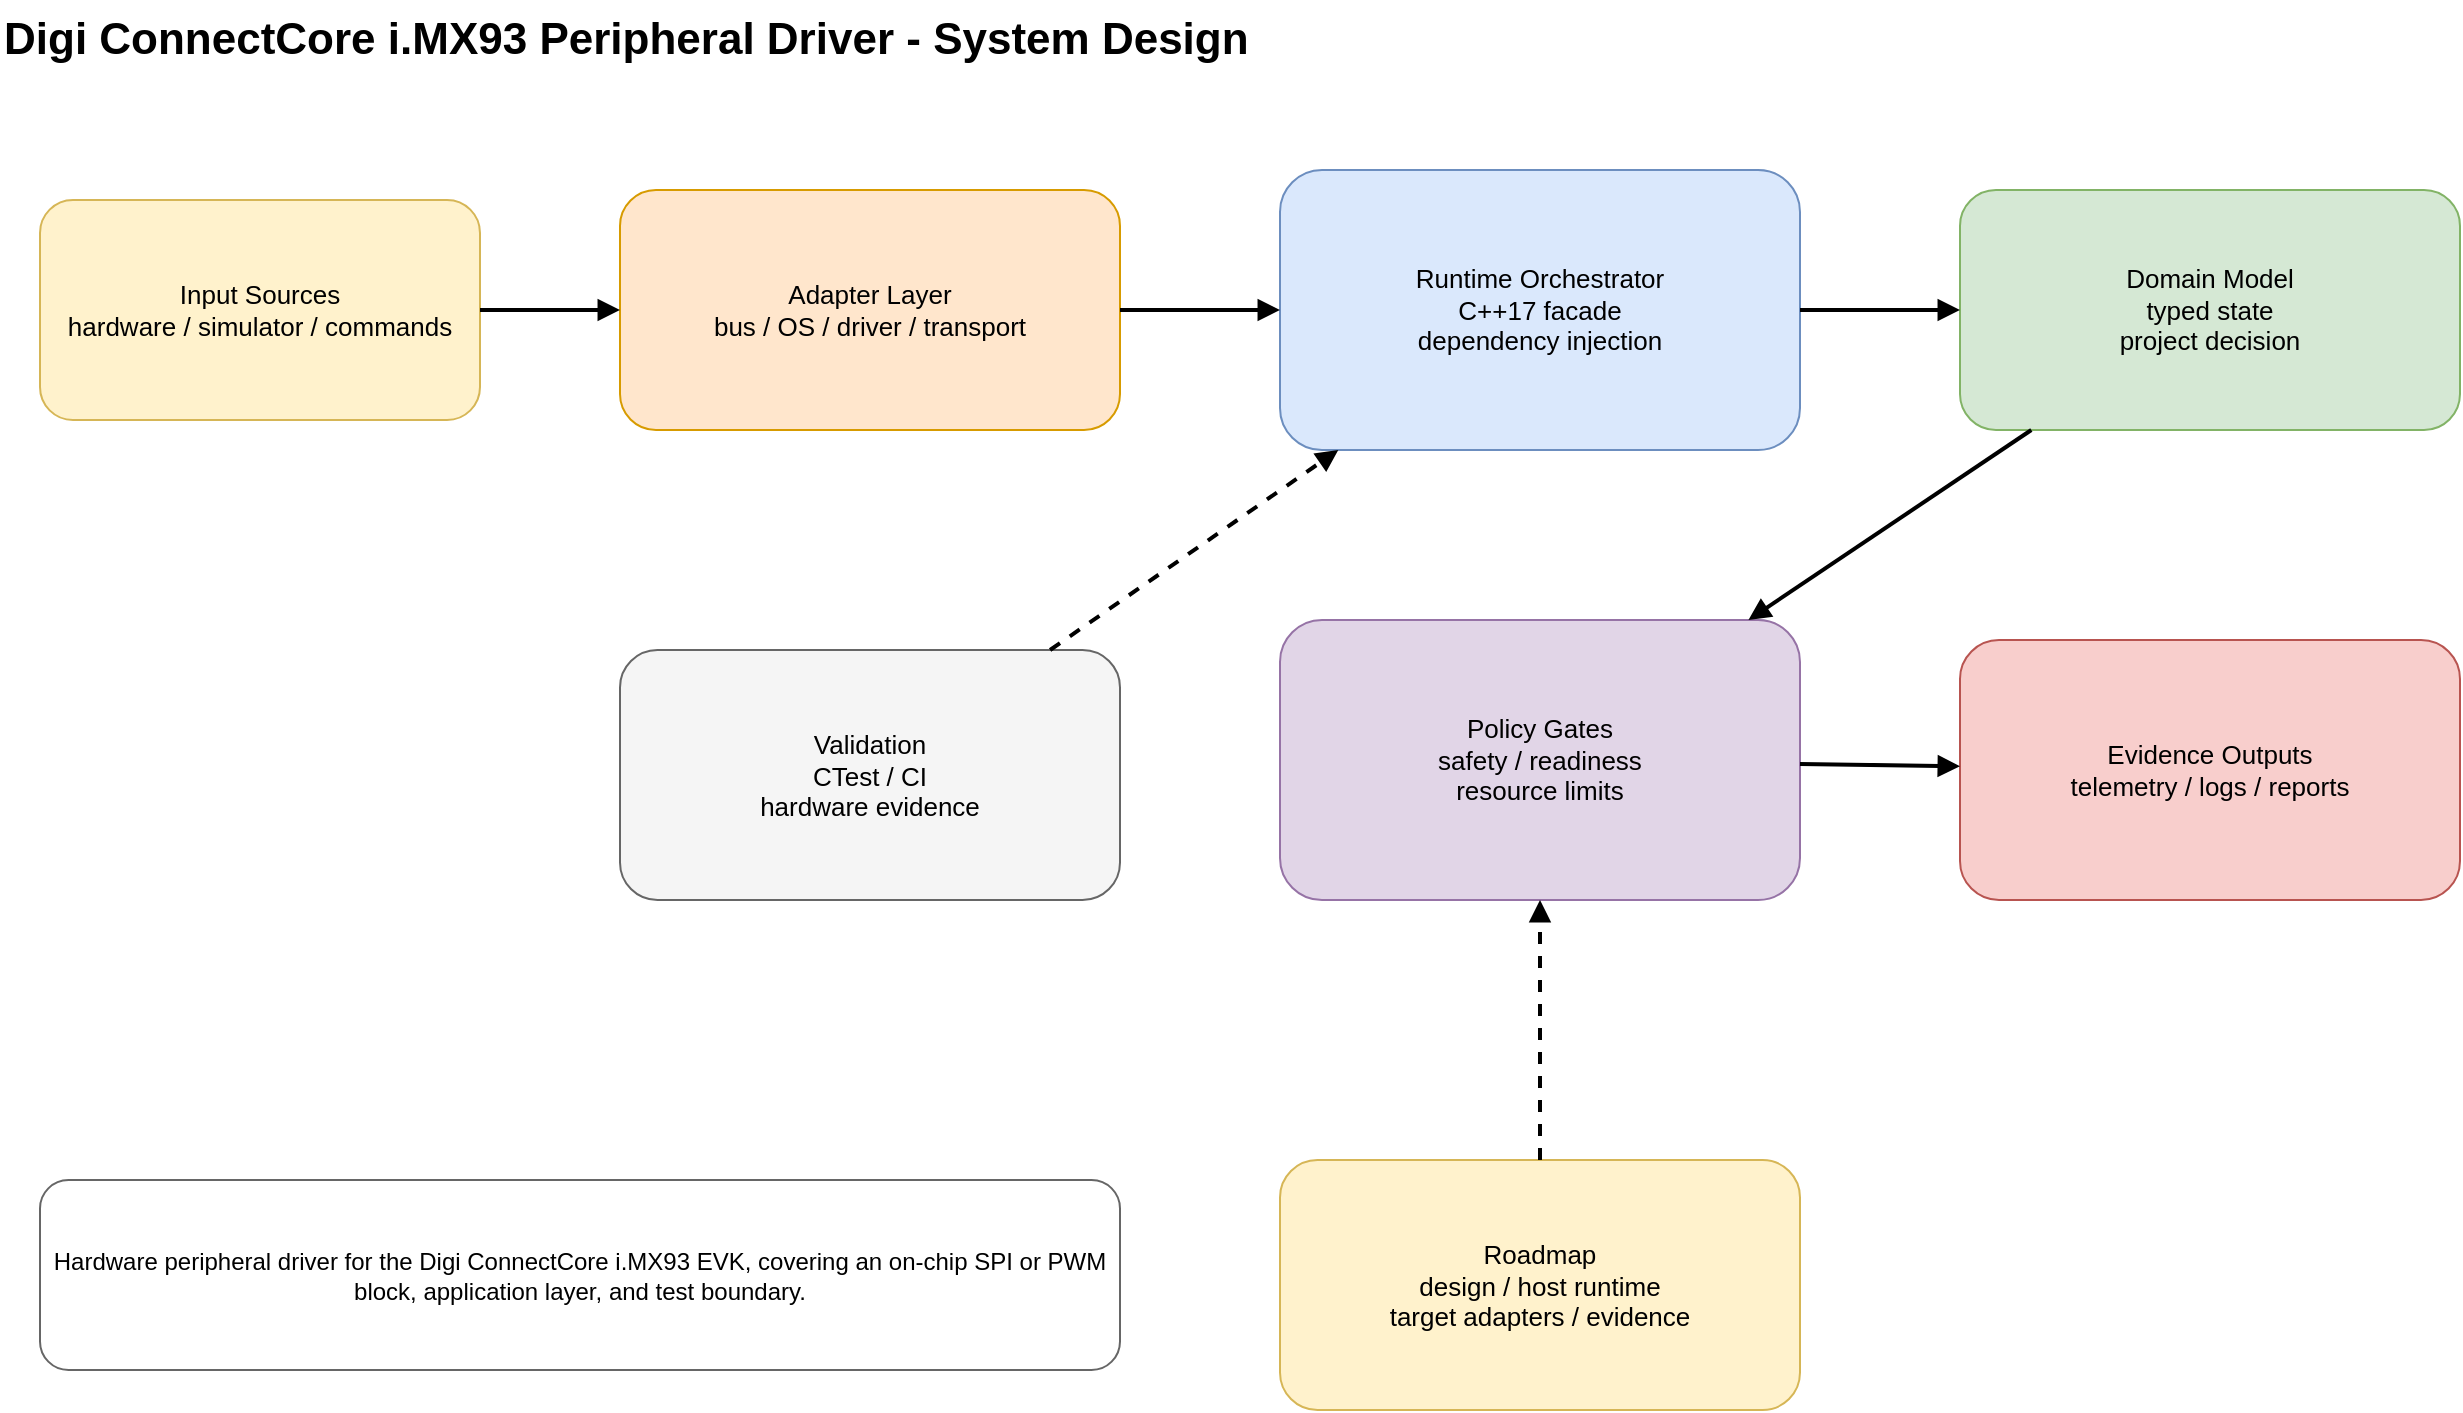
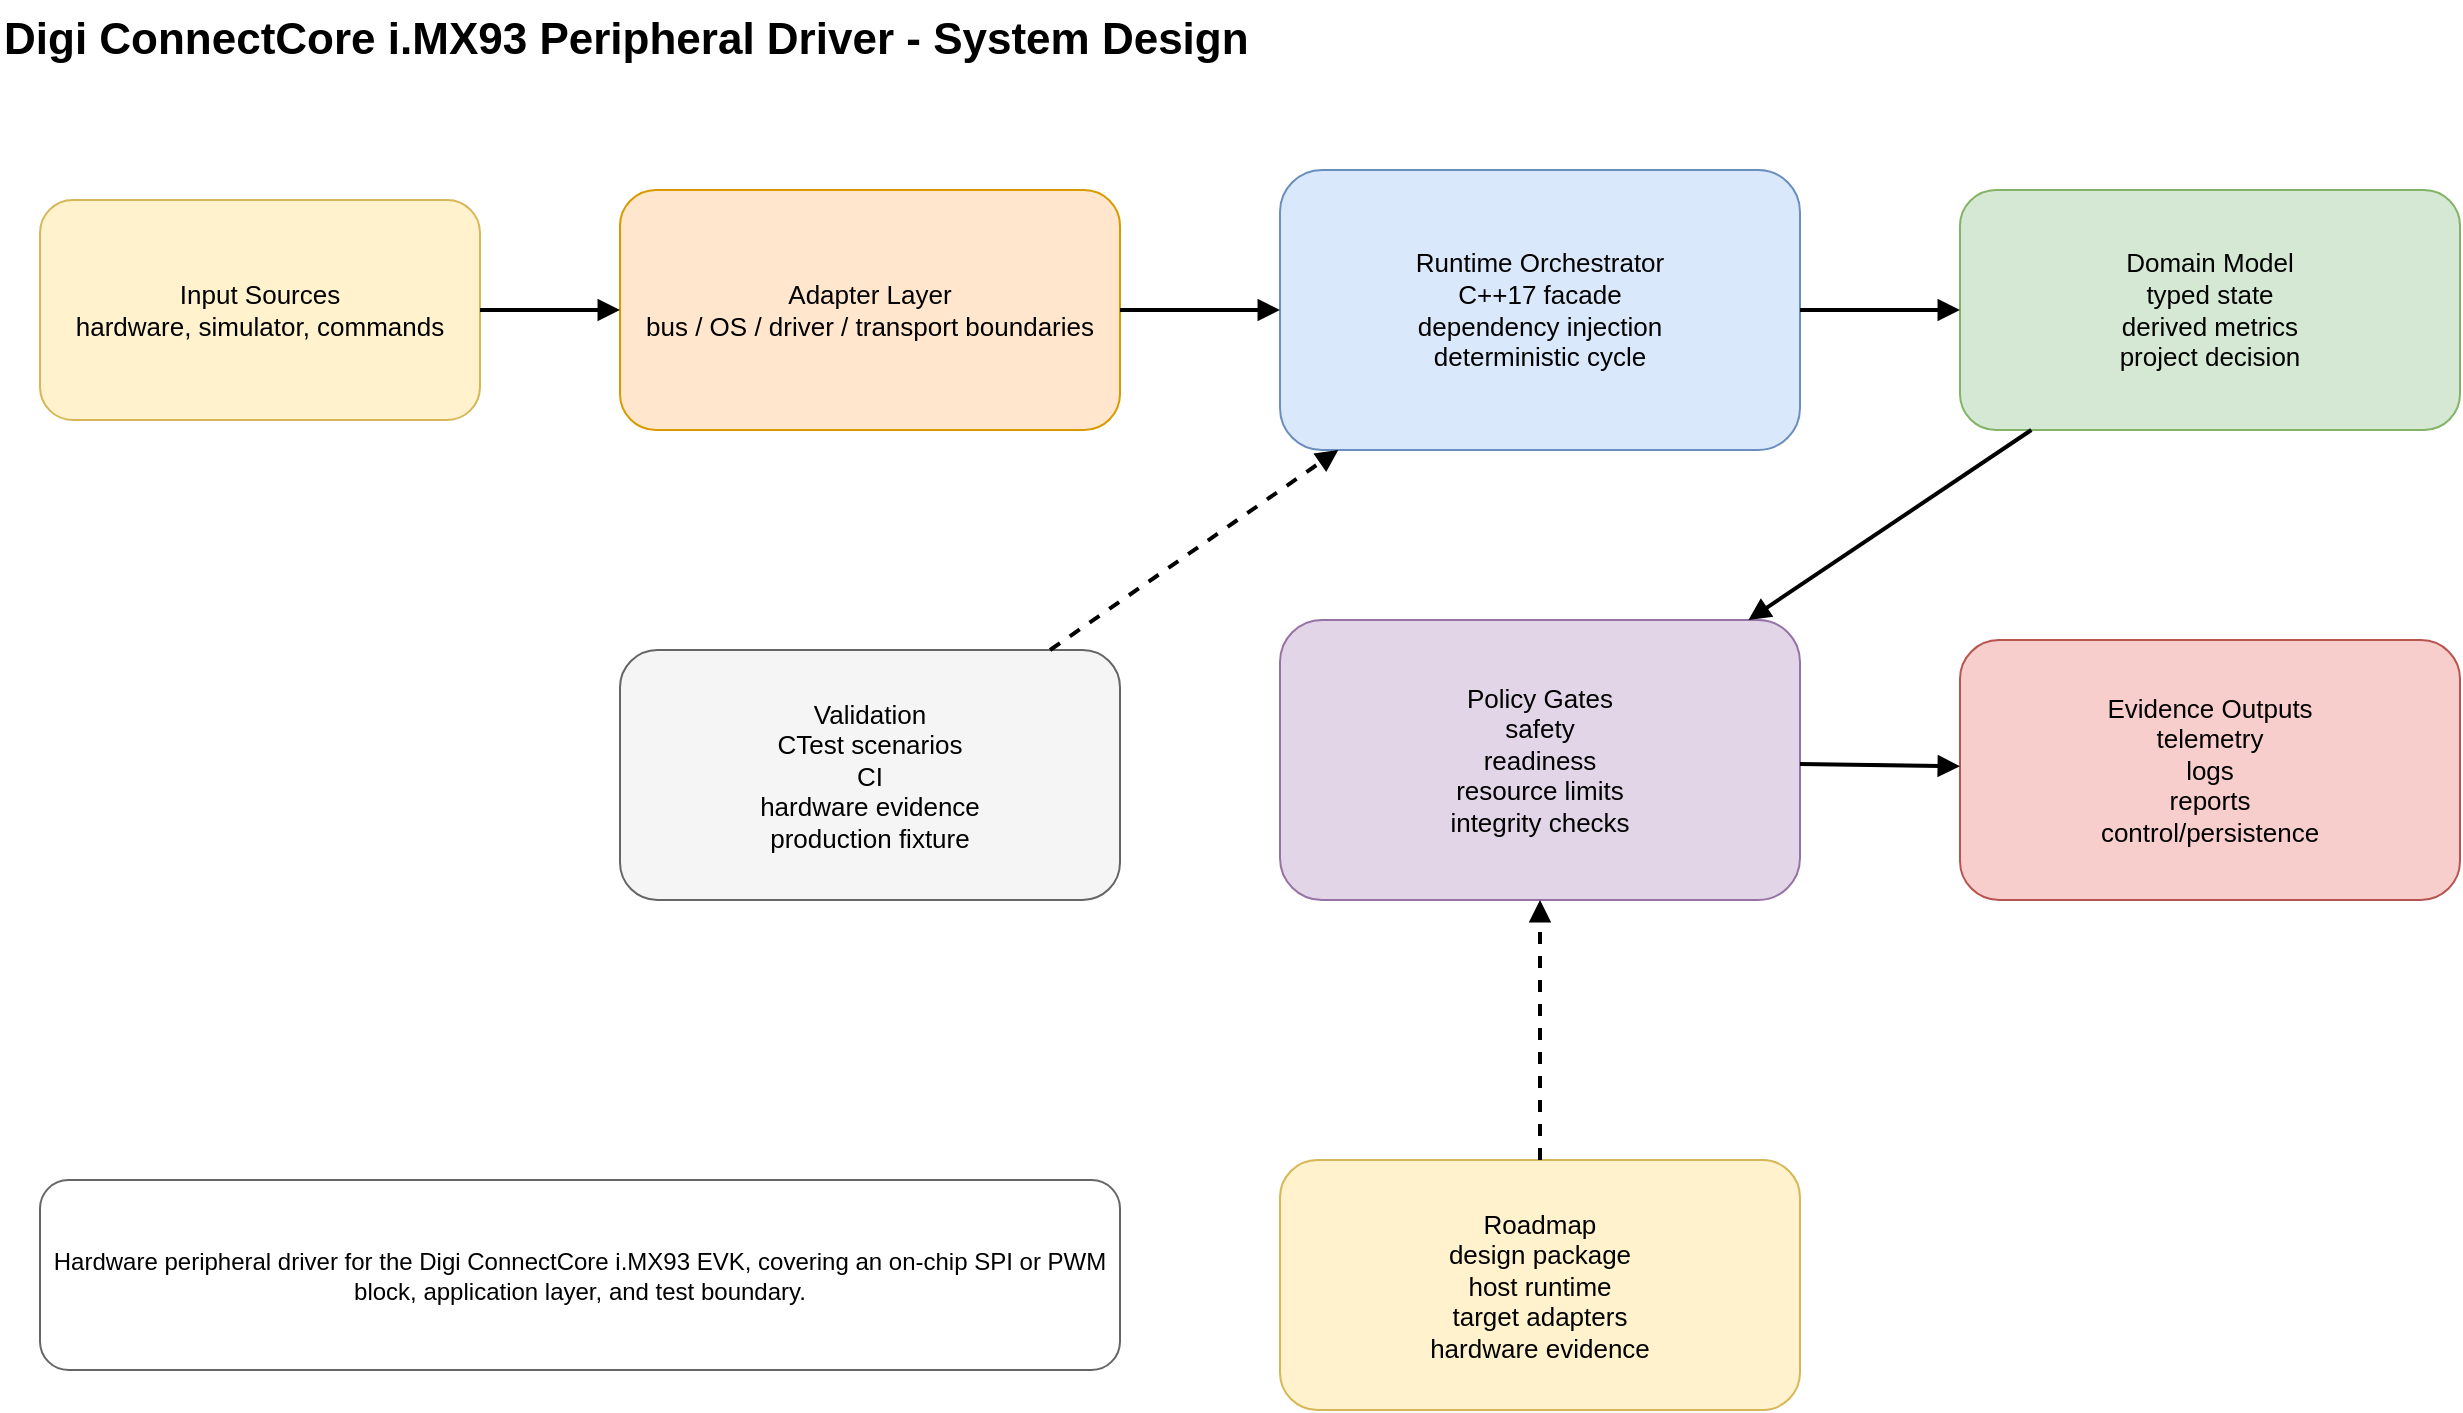
- <mxfile host="app.diagrams.net"><diagram id="digi-imx93-peripheral-driver-system-design" name="System Design"><mxGraphModel dx="1422" dy="794" grid="1" gridSize="10" guides="1" tooltips="1" connect="1" arrows="1" fold="1" page="1" pageScale="1" pageWidth="1400" pageHeight="900" math="0" shadow="0"><root><mxCell id="0"/><mxCell id="1" parent="0"/><mxCell id="title" value="Digi ConnectCore i.MX93 Peripheral Driver - System Design" style="text;html=1;strokeColor=none;fillColor=none;fontSize=22;fontStyle=1" vertex="1" parent="1"><mxGeometry x="40" y="20" width="780" height="40" as="geometry"/></mxCell><mxCell id="input" value="Input Sources&#xa;hardware / simulator / commands" style="rounded=1;whiteSpace=wrap;html=1;fillColor=#fff2cc;strokeColor=#d6b656;fontSize=13" vertex="1" parent="1"><mxGeometry x="60" y="120" width="220" height="110" as="geometry"/></mxCell><mxCell id="adapter" value="Adapter Layer&#xa;bus / OS / driver / transport" style="rounded=1;whiteSpace=wrap;html=1;fillColor=#ffe6cc;strokeColor=#d79b00;fontSize=13" vertex="1" parent="1"><mxGeometry x="350" y="115" width="250" height="120" as="geometry"/></mxCell><mxCell id="runtime" value="Runtime Orchestrator&#xa;C++17 facade&#xa;dependency injection" style="rounded=1;whiteSpace=wrap;html=1;fillColor=#dae8fc;strokeColor=#6c8ebf;fontSize=13" vertex="1" parent="1"><mxGeometry x="680" y="105" width="260" height="140" as="geometry"/></mxCell><mxCell id="domain" value="Domain Model&#xa;typed state&#xa;project decision" style="rounded=1;whiteSpace=wrap;html=1;fillColor=#d5e8d4;strokeColor=#82b366;fontSize=13" vertex="1" parent="1"><mxGeometry x="1020" y="115" width="250" height="120" as="geometry"/></mxCell><mxCell id="policy" value="Policy Gates&#xa;safety / readiness&#xa;resource limits" style="rounded=1;whiteSpace=wrap;html=1;fillColor=#e1d5e7;strokeColor=#9673a6;fontSize=13" vertex="1" parent="1"><mxGeometry x="680" y="330" width="260" height="140" as="geometry"/></mxCell><mxCell id="output" value="Evidence Outputs&#xa;telemetry / logs / reports" style="rounded=1;whiteSpace=wrap;html=1;fillColor=#f8cecc;strokeColor=#b85450;fontSize=13" vertex="1" parent="1"><mxGeometry x="1020" y="340" width="250" height="130" as="geometry"/></mxCell><mxCell id="tests" value="Validation&#xa;CTest / CI&#xa;hardware evidence" style="rounded=1;whiteSpace=wrap;html=1;fillColor=#f5f5f5;strokeColor=#666666;fontSize=13" vertex="1" parent="1"><mxGeometry x="350" y="345" width="250" height="125" as="geometry"/></mxCell><mxCell id="summary" value="Hardware peripheral driver for the Digi ConnectCore i.MX93 EVK, covering an on-chip SPI or PWM block, application layer, and test boundary." style="rounded=1;whiteSpace=wrap;html=1;fillColor=#ffffff;strokeColor=#666666;fontSize=12" vertex="1" parent="1"><mxGeometry x="60" y="610" width="540" height="95" as="geometry"/></mxCell><mxCell id="roadmap" value="Roadmap&#xa;design / host runtime&#xa;target adapters / evidence" style="rounded=1;whiteSpace=wrap;html=1;fillColor=#fff2cc;strokeColor=#d6b656;fontSize=13" vertex="1" parent="1"><mxGeometry x="680" y="600" width="260" height="125" as="geometry"/></mxCell><mxCell id="e1" style="endArrow=block;html=1;rounded=0;strokeWidth=2" edge="1" parent="1" source="input" target="adapter"><mxGeometry relative="1" as="geometry"/></mxCell><mxCell id="e2" style="endArrow=block;html=1;rounded=0;strokeWidth=2" edge="1" parent="1" source="adapter" target="runtime"><mxGeometry relative="1" as="geometry"/></mxCell><mxCell id="e3" style="endArrow=block;html=1;rounded=0;strokeWidth=2" edge="1" parent="1" source="runtime" target="domain"><mxGeometry relative="1" as="geometry"/></mxCell><mxCell id="e4" style="endArrow=block;html=1;rounded=0;strokeWidth=2" edge="1" parent="1" source="domain" target="policy"><mxGeometry relative="1" as="geometry"/></mxCell><mxCell id="e5" style="endArrow=block;html=1;rounded=0;strokeWidth=2" edge="1" parent="1" source="policy" target="output"><mxGeometry relative="1" as="geometry"/></mxCell><mxCell id="e6" style="endArrow=block;html=1;rounded=0;strokeWidth=2;dashed=1" edge="1" parent="1" source="tests" target="runtime"><mxGeometry relative="1" as="geometry"/></mxCell><mxCell id="e7" style="endArrow=block;html=1;rounded=0;strokeWidth=2;dashed=1" edge="1" parent="1" source="roadmap" target="policy"><mxGeometry relative="1" as="geometry"/></mxCell></root></mxGraphModel></diagram></mxfile>
+ <mxfile host="app.diagrams.net">
+   <diagram id="digi-imx93-peripheral-driver-design" name="System Design">
+     <mxGraphModel dx="1422" dy="794" grid="1" gridSize="10" guides="1" tooltips="1" connect="1" arrows="1" fold="1" page="1" pageScale="1" pageWidth="1400" pageHeight="900" math="0" shadow="0">
+       <root>
+         <mxCell id="0"/>
+         <mxCell id="1" parent="0"/>
+         <mxCell id="title" value="Digi ConnectCore i.MX93 Peripheral Driver - System Design" style="text;html=1;strokeColor=none;fillColor=none;fontSize=22;fontStyle=1" vertex="1" parent="1"><mxGeometry x="40" y="20" width="760" height="40" as="geometry"/></mxCell>
+         <mxCell id="input" value="Input Sources&#xa;hardware, simulator, commands" style="rounded=1;whiteSpace=wrap;html=1;fillColor=#fff2cc;strokeColor=#d6b656;fontSize=13" vertex="1" parent="1"><mxGeometry x="60" y="120" width="220" height="110" as="geometry"/></mxCell>
+         <mxCell id="adapter" value="Adapter Layer&#xa;bus / OS / driver / transport boundaries" style="rounded=1;whiteSpace=wrap;html=1;fillColor=#ffe6cc;strokeColor=#d79b00;fontSize=13" vertex="1" parent="1"><mxGeometry x="350" y="115" width="250" height="120" as="geometry"/></mxCell>
+         <mxCell id="runtime" value="Runtime Orchestrator&#xa;C++17 facade&#xa;dependency injection&#xa;deterministic cycle" style="rounded=1;whiteSpace=wrap;html=1;fillColor=#dae8fc;strokeColor=#6c8ebf;fontSize=13" vertex="1" parent="1"><mxGeometry x="680" y="105" width="260" height="140" as="geometry"/></mxCell>
+         <mxCell id="domain" value="Domain Model&#xa;typed state&#xa;derived metrics&#xa;project decision" style="rounded=1;whiteSpace=wrap;html=1;fillColor=#d5e8d4;strokeColor=#82b366;fontSize=13" vertex="1" parent="1"><mxGeometry x="1020" y="115" width="250" height="120" as="geometry"/></mxCell>
+         <mxCell id="policy" value="Policy Gates&#xa;safety&#xa;readiness&#xa;resource limits&#xa;integrity checks" style="rounded=1;whiteSpace=wrap;html=1;fillColor=#e1d5e7;strokeColor=#9673a6;fontSize=13" vertex="1" parent="1"><mxGeometry x="680" y="330" width="260" height="140" as="geometry"/></mxCell>
+         <mxCell id="output" value="Evidence Outputs&#xa;telemetry&#xa;logs&#xa;reports&#xa;control/persistence" style="rounded=1;whiteSpace=wrap;html=1;fillColor=#f8cecc;strokeColor=#b85450;fontSize=13" vertex="1" parent="1"><mxGeometry x="1020" y="340" width="250" height="130" as="geometry"/></mxCell>
+         <mxCell id="tests" value="Validation&#xa;CTest scenarios&#xa;CI&#xa;hardware evidence&#xa;production fixture" style="rounded=1;whiteSpace=wrap;html=1;fillColor=#f5f5f5;strokeColor=#666666;fontSize=13" vertex="1" parent="1"><mxGeometry x="350" y="345" width="250" height="125" as="geometry"/></mxCell>
+         <mxCell id="roadmap" value="Roadmap&#xa;design package&#xa;host runtime&#xa;target adapters&#xa;hardware evidence" style="rounded=1;whiteSpace=wrap;html=1;fillColor=#fff2cc;strokeColor=#d6b656;fontSize=13" vertex="1" parent="1"><mxGeometry x="680" y="600" width="260" height="125" as="geometry"/></mxCell>
+         <mxCell id="summary" value="Hardware peripheral driver for the Digi ConnectCore i.MX93 EVK, covering an on-chip SPI or PWM block, application layer, and test boundary." style="rounded=1;whiteSpace=wrap;html=1;fillColor=#ffffff;strokeColor=#666666;fontSize=12" vertex="1" parent="1"><mxGeometry x="60" y="610" width="540" height="95" as="geometry"/></mxCell>
+         <mxCell id="e1" style="endArrow=block;html=1;rounded=0;strokeWidth=2" edge="1" parent="1" source="input" target="adapter"><mxGeometry relative="1" as="geometry"/></mxCell>
+         <mxCell id="e2" style="endArrow=block;html=1;rounded=0;strokeWidth=2" edge="1" parent="1" source="adapter" target="runtime"><mxGeometry relative="1" as="geometry"/></mxCell>
+         <mxCell id="e3" style="endArrow=block;html=1;rounded=0;strokeWidth=2" edge="1" parent="1" source="runtime" target="domain"><mxGeometry relative="1" as="geometry"/></mxCell>
+         <mxCell id="e4" style="endArrow=block;html=1;rounded=0;strokeWidth=2" edge="1" parent="1" source="domain" target="policy"><mxGeometry relative="1" as="geometry"/></mxCell>
+         <mxCell id="e5" style="endArrow=block;html=1;rounded=0;strokeWidth=2" edge="1" parent="1" source="policy" target="output"><mxGeometry relative="1" as="geometry"/></mxCell>
+         <mxCell id="e6" style="endArrow=block;html=1;rounded=0;strokeWidth=2;dashed=1" edge="1" parent="1" source="tests" target="runtime"><mxGeometry relative="1" as="geometry"/></mxCell>
+         <mxCell id="e7" style="endArrow=block;html=1;rounded=0;strokeWidth=2;dashed=1" edge="1" parent="1" source="roadmap" target="policy"><mxGeometry relative="1" as="geometry"/></mxCell>
+       </root>
+     </mxGraphModel>
+   </diagram>
+ </mxfile>
